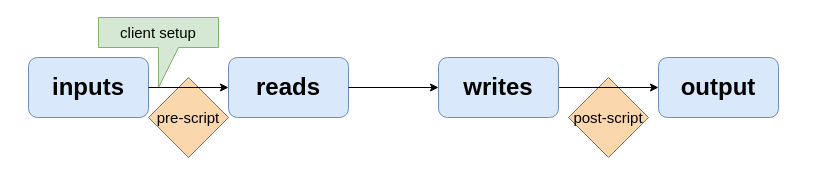
sebt3/kuberest keeps this draw.io diagram as docs/flow.drawio. Above is the earlier version. Source tidied: cells renumbered, new cells numbered last; positions are measured from the earlier drawing's top-left corner, leaving out a move shared by most shapes. Both pictures are drawn from the tidied source at 100%, with x=0, y=0 at pixel (28, 17).
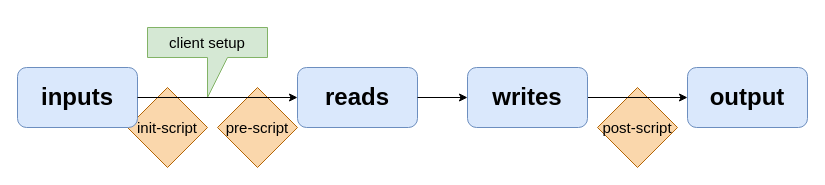
The same page after the edit.

Commit message (it also covers changes not shown here):
Updated the doc diagram sources

What changed in the source:
```diff
@@
 <mxGraphModel>
   <root>
     <mxCell id="0" />
     <mxCell id="1" parent="0" />
+    <mxCell id="12" value="init-script" style="rhombus;whiteSpace=wrap;html=1;fontSize=15;fillColor=#fad7ac;strokeColor=#b46504;" parent="1" vertex="1">
+      <mxGeometry x="99" y="70" width="80" height="80" as="geometry" />
+    </mxCell>
     <mxCell id="2" value="client setup" style="shape=callout;whiteSpace=wrap;html=1;perimeter=calloutPerimeter;fontSize=15;position2=0.5;fillColor=#d5e8d4;strokeColor=#82b366;size=40;position=0.5;" parent="1" vertex="1">
-      <mxGeometry x="70" width="120" height="70" as="geometry" />
+      <mxGeometry x="119" y="10" width="120" height="70" as="geometry" />
     </mxCell>
     <mxCell id="3" value="pre-script" style="rhombus;whiteSpace=wrap;html=1;fontSize=15;fillColor=#fad7ac;strokeColor=#b46504;" parent="1" vertex="1">
-      <mxGeometry x="120" y="60" width="80" height="80" as="geometry" />
+      <mxGeometry x="189" y="70" width="80" height="80" as="geometry" />
     </mxCell>
     <mxCell id="4" value="post-script" style="rhombus;whiteSpace=wrap;html=1;fontSize=15;fillColor=#fad7ac;strokeColor=#b46504;" parent="1" vertex="1">
-      <mxGeometry x="540" y="60" width="80" height="80" as="geometry" />
+      <mxGeometry x="569" y="70" width="80" height="80" as="geometry" />
     </mxCell>
     <mxCell id="5" value="inputs" style="rounded=1;whiteSpace=wrap;html=1;fillColor=#dae8fc;strokeColor=#6c8ebf;fontStyle=1;fontSize=24;" parent="1" vertex="1">
-      <mxGeometry y="40" width="120" height="60" as="geometry" />
+      <mxGeometry x="-11" y="50" width="120" height="60" as="geometry" />
     </mxCell>
     <mxCell id="6" value="reads" style="rounded=1;whiteSpace=wrap;html=1;fillColor=#dae8fc;strokeColor=#6c8ebf;fontStyle=1;fontSize=24;" parent="1" vertex="1">
-      <mxGeometry x="200" y="40" width="120" height="60" as="geometry" />
+      <mxGeometry x="269" y="50" width="120" height="60" as="geometry" />
     </mxCell>
     <mxCell id="7" style="edgeStyle=orthogonalEdgeStyle;rounded=0;jettySize=auto;html=1;exitX=1;exitY=0.5;exitDx=0;exitDy=0;entryX=0;entryY=0.5;entryDx=0;entryDy=0;fontSize=20;" parent="1" edge="1" source="8" target="9">
       <mxGeometry relative="1" as="geometry" />
     </mxCell>
     <mxCell id="8" value="writes" style="rounded=1;whiteSpace=wrap;html=1;fillColor=#dae8fc;strokeColor=#6c8ebf;fontStyle=1;fontSize=24;" parent="1" vertex="1">
-      <mxGeometry x="410" y="40" width="120" height="60" as="geometry" />
+      <mxGeometry x="439" y="50" width="120" height="60" as="geometry" />
     </mxCell>
     <mxCell id="9" value="output" style="rounded=1;whiteSpace=wrap;html=1;fillColor=#dae8fc;strokeColor=#6c8ebf;fontStyle=1;fontSize=24;" parent="1" vertex="1">
-      <mxGeometry x="630" y="40" width="120" height="60" as="geometry" />
+      <mxGeometry x="659" y="50" width="120" height="60" as="geometry" />
     </mxCell>
     <mxCell id="10" style="endArrow=classic;html=1;rounded=0;fontSize=20;exitX=1;exitY=0.5;exitDx=0;exitDy=0;entryX=0;entryY=0.5;entryDx=0;entryDy=0;" parent="1" edge="1" source="5" target="6">
       <mxGeometry relative="1" as="geometry" />
     </mxCell>
     <mxCell id="11" style="endArrow=classic;html=1;rounded=0;fontSize=20;exitX=1;exitY=0.5;exitDx=0;exitDy=0;entryX=0;entryY=0.5;entryDx=0;entryDy=0;" parent="1" edge="1" source="6" target="8">
       <mxGeometry relative="1" as="geometry" />
     </mxCell>
   </root>
 </mxGraphModel>
```
